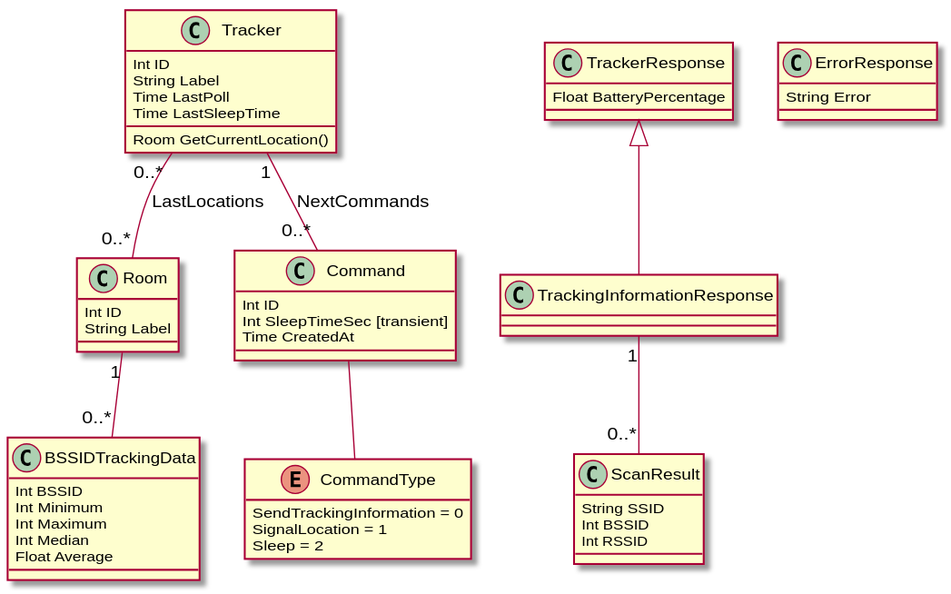
The PlantUML diagram paper/images/uml.svg in glidingthroughspace/paper-tracker, before a commit.
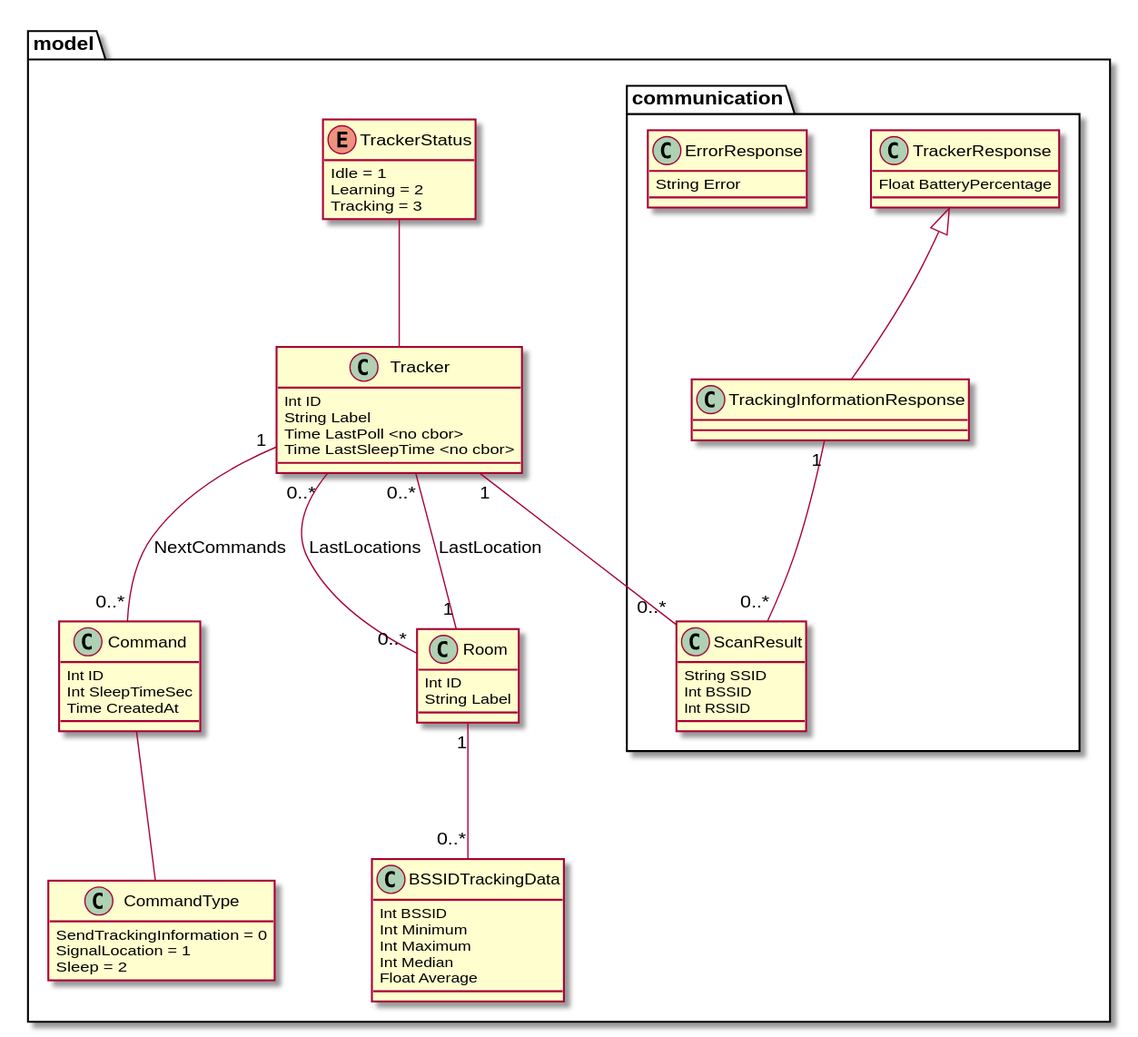
Later version of the same file.

Commit message:
Add improved uml diagram (#18)

The edit, as a diff of the source:
```diff
@@ -1,63 +1,86 @@
 @startuml
-class Tracker {
-	Int ID
-	String Label
-	Room GetCurrentLocation()
-    Time LastPoll
-    Time LastSleepTime
-}
+skinparam nodesep 50
+skinparam ranksep 100
 
-class Room {
-	Int ID
+package model {
+  class Tracker {
+    Int ID
     String Label
-}
+    Time LastPoll <no cbor>
+    Time LastSleepTime <no cbor>
+  }
 
-class Command {
-	Int ID
-    Int SleepTimeSec [transient]
+  enum TrackerStatus {
+    Idle = 1
+    Learning = 2
+    Tracking = 3
+  }
+  hide TrackerStatus methods
+
+  class Command {
+    Int ID
+    Int SleepTimeSec
     Time CreatedAt
-}
+  }
 
-enum CommandType {
-	SendTrackingInformation = 0
+  enum CommandType {
+    SendTrackingInformation = 0
     SignalLocation = 1
     Sleep = 2
-}
-hide CommandType methods
+  }
+  hide CommandType methods
+  together {
+  	class Command
+    class CommandType
+  }
 
-class BSSIDTrackingData {
+  class Room {
+    Int ID
+    String Label
+  }
+
+  class BSSIDTrackingData {
     Int BSSID
-	Int Minimum
+    Int Minimum
     Int Maximum
     Int Median
     Float Average
+  }
+  together {
+  	class Room
+    class BSSIDTrackingData
+  }
+
+  package communication {
+    class TrackerResponse {
+      Float BatteryPercentage
+    }
+
+    class TrackingInformationResponse {
+    }
+
+    class ScanResult {
+      String SSID
+      Int BSSID
+      Int RSSID
+    }
+
+    class ErrorResponse {
+      String Error
+    }
+  }
+
+  Tracker -up- TrackerStatus
+  Tracker "0..*" -- "0..*" Room : LastLocations
+  Tracker "0..*" -- "1" Room : LastLocation
+  Tracker "1" -- "0..*" Command : NextCommands
+  Tracker "1" -- "0..*" ScanResult
+
+  Command -- CommandType
+
+  Room "1" -- "0..*" BSSIDTrackingData
+
+  TrackerResponse <|-- TrackingInformationResponse
+  TrackingInformationResponse "1" -- "0..*" ScanResult
 }
-
-class TrackerResponse {
-	Float BatteryPercentage
-}
-
-class TrackingInformationResponse {
-}
-
-class ScanResult {
-	String SSID
-    Int BSSID
-    Int RSSID
-}
-
-class ErrorResponse {
-	String Error
-}
-
-Tracker "0..*" -- "0..*" Room : LastLocations
-Tracker "1" -- "0..*" Command : NextCommands
-
-Command -- CommandType
-
-
-Room "1" -- "0..*" BSSIDTrackingData
-
-TrackerResponse <|-- TrackingInformationResponse
-TrackingInformationResponse "1" -- "0..*" ScanResult
 @enduml
```
